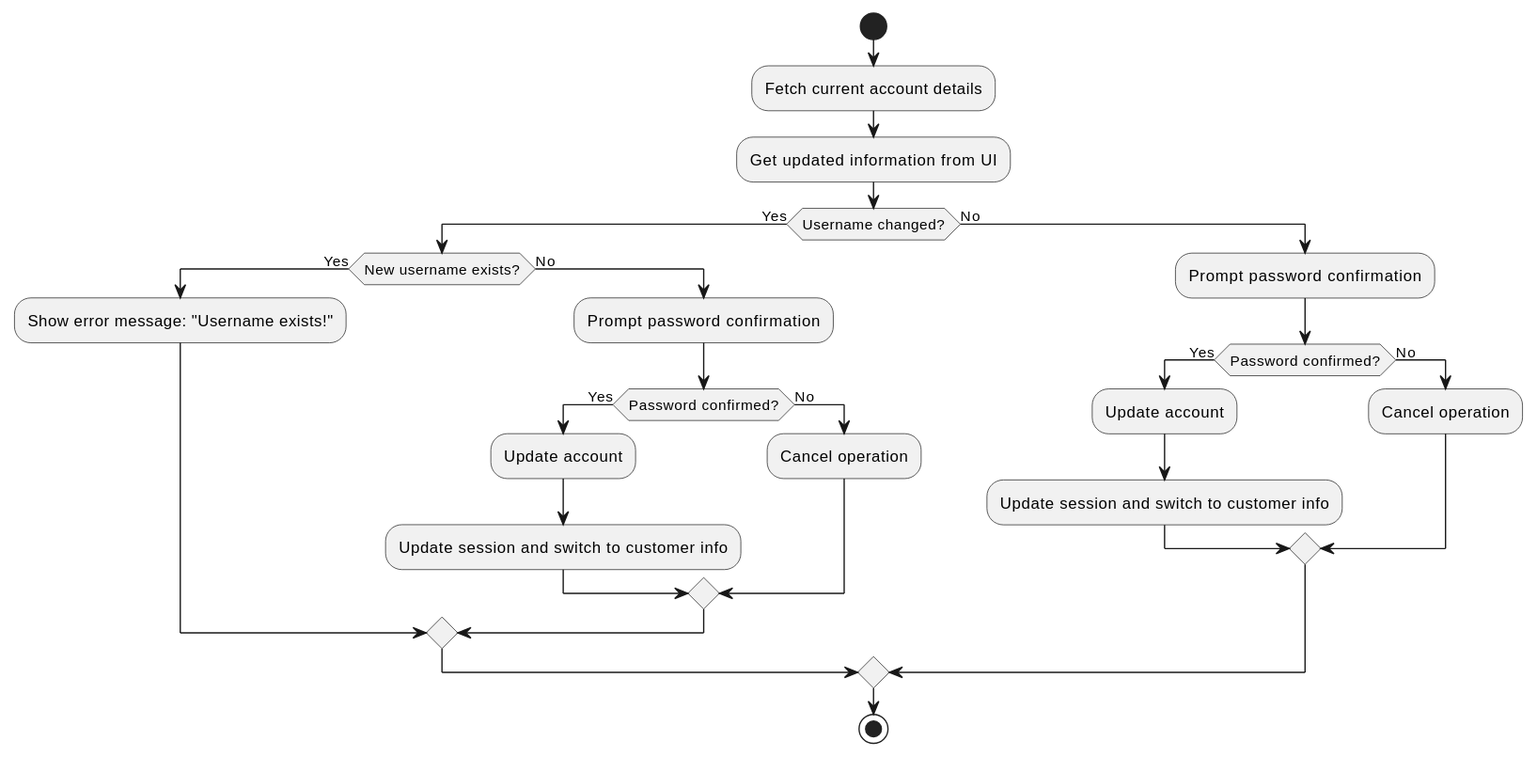
Earlier version of the PlantUML export docs/design/customer/EditCustomerInformation.svg (viettq1997/library-management-system).
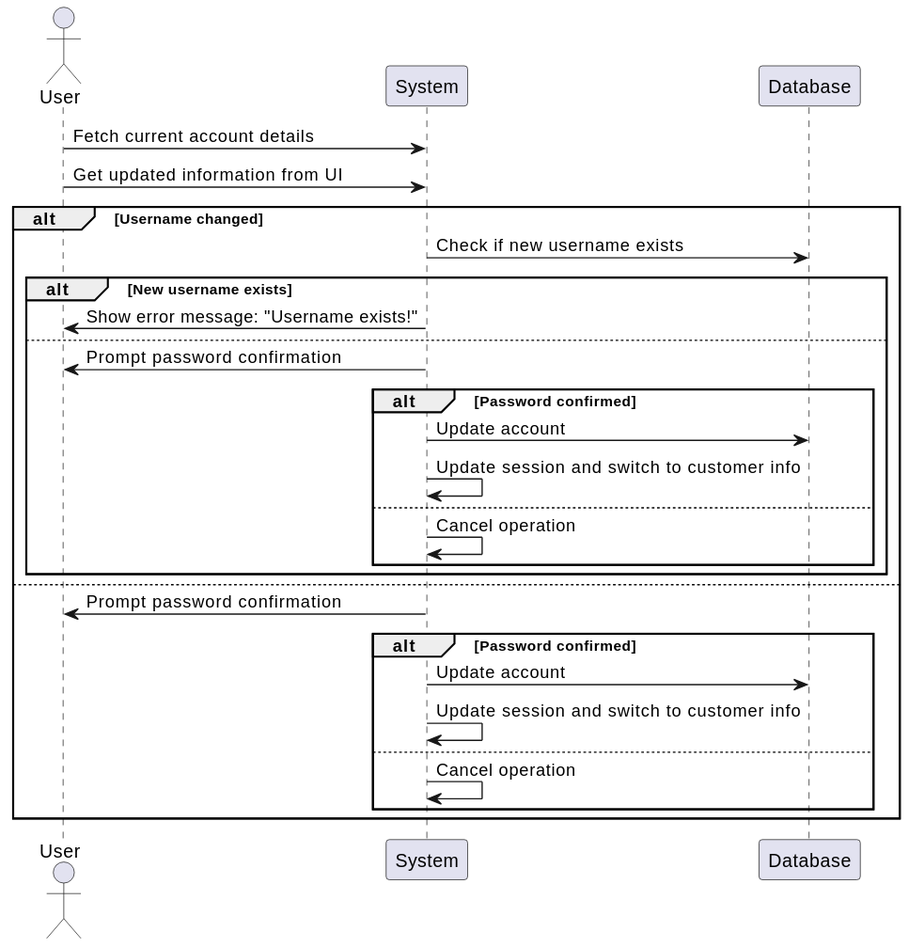
Above is the later version.

What changed in the source:
```diff
@@ -1,28 +1,31 @@
 @startuml
-start
-:Fetch current account details;
-:Get updated information from UI;
+actor User
+participant "System" as System
+participant "Database" as DB
 
-if (Username changed?) then (Yes)
-    if (New username exists?) then (Yes)
-        :Show error message: "Username exists!";
-    else (No)
-        :Prompt password confirmation;
-        if (Password confirmed?) then (Yes)
-            :Update account;
-            :Update session and switch to customer info;
-        else (No)
-            :Cancel operation;
-        endif
-    endif
-else (No)
-    :Prompt password confirmation;
-    if (Password confirmed?) then (Yes)
-        :Update account;
-        :Update session and switch to customer info;
-    else (No)
-        :Cancel operation;
-    endif
-endif
-stop
+User -> System: Fetch current account details
+User -> System: Get updated information from UI
+
+alt Username changed
+  System -> DB: Check if new username exists
+  alt New username exists
+    System -> User: Show error message: "Username exists!"
+  else
+    System -> User: Prompt password confirmation
+    alt Password confirmed
+      System -> DB: Update account
+      System -> System: Update session and switch to customer info
+    else
+      System -> System: Cancel operation
+    end
+  end
+else
+  System -> User: Prompt password confirmation
+  alt Password confirmed
+    System -> DB: Update account
+    System -> System: Update session and switch to customer info
+  else
+    System -> System: Cancel operation
+  end
+end
 @enduml
```
